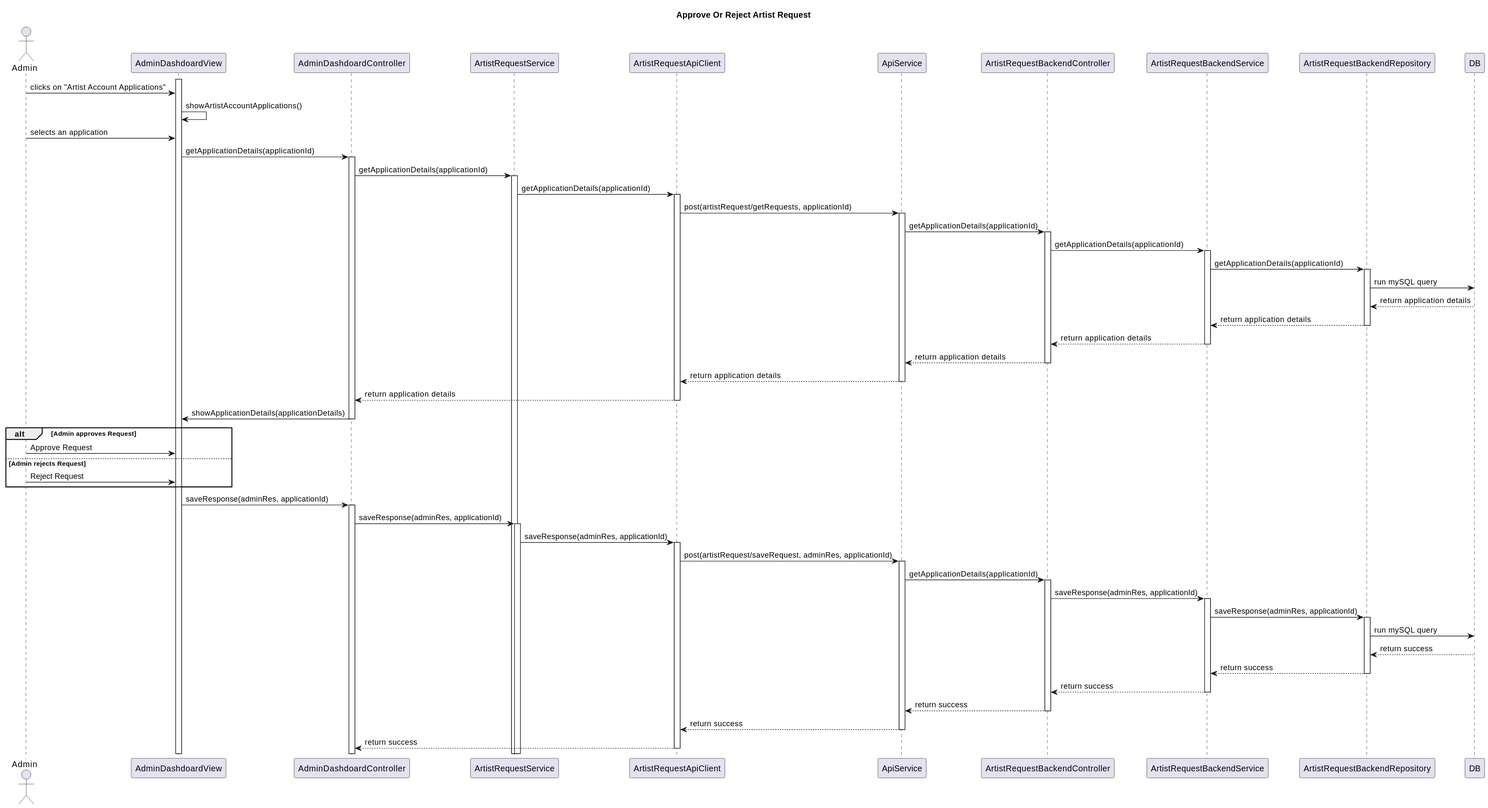
Above: Paradoteo_4/SequenceDiagrams-v0.3/ApproveOrRejectArtistRequest.svg in RubenKingCP/Tunix (PlantUML), before the change. Source of this version:
```plantuml
@startuml
title Approve Or Reject Artist Request

actor Admin

participant AdminDashdoardView
participant AdminDashdoardController
participant ArtistRequestService
participant ArtistRequestApiClient
participant ApiService
participant ArtistRequestBackendController
participant ArtistRequestBackendService
participant ArtistRequestBackendRepository

activate AdminDashdoardView
Admin -> AdminDashdoardView : clicks on "Artist Account Applications"
AdminDashdoardView -> AdminDashdoardView : showArtistAccountApplications()
Admin -> AdminDashdoardView : selects an application
AdminDashdoardView -> AdminDashdoardController : getApplicationDetails(applicationId)
activate AdminDashdoardController
AdminDashdoardController -> ArtistRequestService : getApplicationDetails(applicationId)
activate ArtistRequestService
ArtistRequestService -> ArtistRequestApiClient : getApplicationDetails(applicationId)
activate ArtistRequestApiClient
ArtistRequestApiClient -> ApiService : post(artistRequest/getRequests, applicationId)
activate ApiService
ApiService -> ArtistRequestBackendController : getApplicationDetails(applicationId)
activate ArtistRequestBackendController
ArtistRequestBackendController -> ArtistRequestBackendService : getApplicationDetails(applicationId)
activate ArtistRequestBackendService
ArtistRequestBackendService -> ArtistRequestBackendRepository : getApplicationDetails(applicationId)
activate ArtistRequestBackendRepository
ArtistRequestBackendRepository -> DB : run mySQL query
DB --> ArtistRequestBackendRepository : return application details
ArtistRequestBackendRepository --> ArtistRequestBackendService : return application details
deactivate ArtistRequestBackendRepository
ArtistRequestBackendService --> ArtistRequestBackendController : return application details
deactivate ArtistRequestBackendService
ArtistRequestBackendController --> ApiService : return application details
deactivate ArtistRequestBackendController
ApiService --> ArtistRequestApiClient : return application details
deactivate ApiService
ArtistRequestApiClient --> AdminDashdoardController : return application details
deactivate ArtistRequestApiClient
AdminDashdoardController -> AdminDashdoardView : showApplicationDetails(applicationDetails)
deactivate AdminDashdoardController
alt Admin approves Request
    Admin -> AdminDashdoardView : Approve Request
else Admin rejects Request
    Admin -> AdminDashdoardView : Reject Request
end
AdminDashdoardView -> AdminDashdoardController : saveResponse(adminRes, applicationId)
activate AdminDashdoardController
AdminDashdoardController -> ArtistRequestService : saveResponse(adminRes, applicationId)
activate ArtistRequestService
ArtistRequestService -> ArtistRequestApiClient : saveResponse(adminRes, applicationId)
activate ArtistRequestApiClient
ArtistRequestApiClient -> ApiService : post(artistRequest/saveRequest, adminRes, applicationId)
activate ApiService
ApiService -> ArtistRequestBackendController : getApplicationDetails(applicationId)
activate ArtistRequestBackendController
ArtistRequestBackendController -> ArtistRequestBackendService : saveResponse(adminRes, applicationId)
activate ArtistRequestBackendService
ArtistRequestBackendService -> ArtistRequestBackendRepository : saveResponse(adminRes, applicationId)
activate ArtistRequestBackendRepository
ArtistRequestBackendRepository -> DB : run mySQL query
DB --> ArtistRequestBackendRepository : return success
ArtistRequestBackendRepository --> ArtistRequestBackendService : return success
deactivate ArtistRequestBackendRepository
ArtistRequestBackendService --> ArtistRequestBackendController : return success
deactivate ArtistRequestBackendService
ArtistRequestBackendController --> ApiService : return success
deactivate ArtistRequestBackendController
ApiService --> ArtistRequestApiClient : return success
deactivate ApiService
ArtistRequestApiClient --> AdminDashdoardController : return success
deactivate ArtistRequestApiClient
@enduml
```
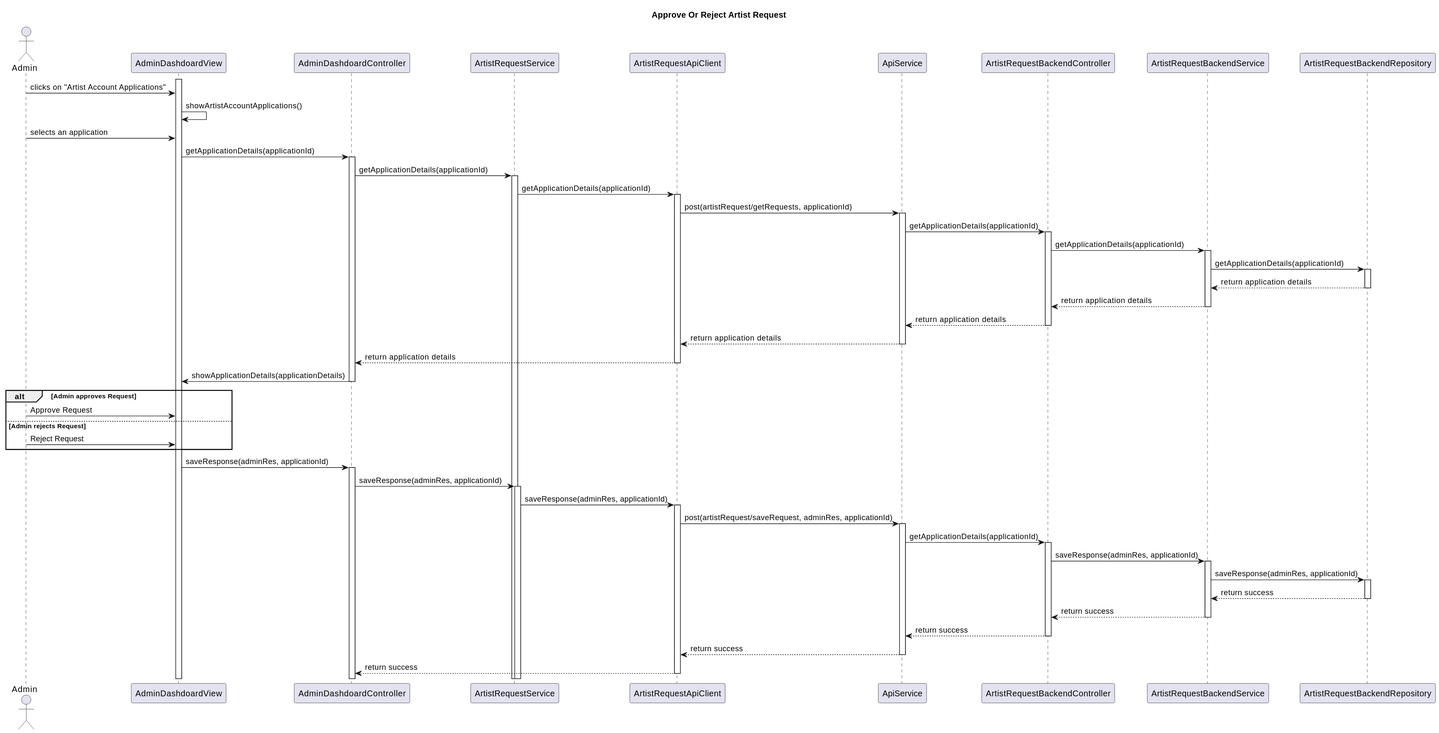
Above is the later version.

The edit, as a diff of the source:
```diff
@@ -30,8 +30,6 @@
 activate ArtistRequestBackendService
 ArtistRequestBackendService -> ArtistRequestBackendRepository : getApplicationDetails(applicationId)
 activate ArtistRequestBackendRepository
-ArtistRequestBackendRepository -> DB : run mySQL query
-DB --> ArtistRequestBackendRepository : return application details
 ArtistRequestBackendRepository --> ArtistRequestBackendService : return application details
 deactivate ArtistRequestBackendRepository
 ArtistRequestBackendService --> ArtistRequestBackendController : return application details
@@ -63,8 +61,6 @@
 activate ArtistRequestBackendService
 ArtistRequestBackendService -> ArtistRequestBackendRepository : saveResponse(adminRes, applicationId)
 activate ArtistRequestBackendRepository
-ArtistRequestBackendRepository -> DB : run mySQL query
-DB --> ArtistRequestBackendRepository : return success
 ArtistRequestBackendRepository --> ArtistRequestBackendService : return success
 deactivate ArtistRequestBackendRepository
 ArtistRequestBackendService --> ArtistRequestBackendController : return success
```
